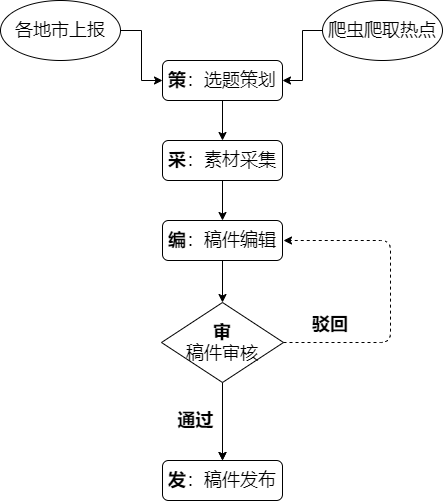
yangJinRui325/note keeps this draw.io diagram as Untitled Diagram.png. Above is the earlier version. Source tidied: cells renumbered, new cells last; positions are measured from the earlier drawing's top-left corner, leaving out a move shared by most shapes.
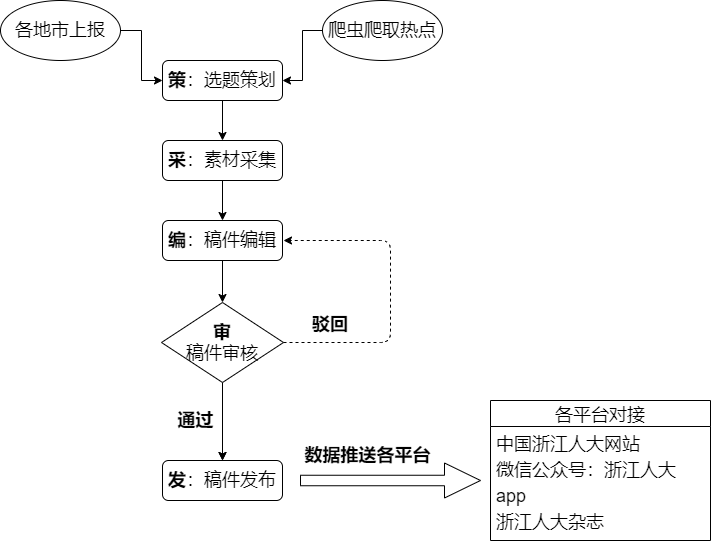
Above is the later version.

Change to the diagram source:
```diff
@@ -59,5 +59,26 @@
     <mxCell id="18" value="&lt;div style=&quot;text-align: center&quot;&gt;&lt;font face=&quot;helvetica&quot;&gt;&lt;span style=&quot;background-color: rgb(255 , 255 , 255)&quot;&gt;&lt;b&gt;驳回&lt;/b&gt;&lt;/span&gt;&lt;/font&gt;&lt;/div&gt;" style="text;whiteSpace=wrap;html=1;fontSize=18;" parent="1" vertex="1">
       <mxGeometry x="310" y="307" width="60" height="40" as="geometry" />
     </mxCell>
+    <mxCell id="19" style="shape=singleArrow;whiteSpace=wrap;html=1;fontSize=18;" parent="1" vertex="1">
+      <mxGeometry x="300" y="462.5" width="180" height="35" as="geometry" />
+    </mxCell>
+    <mxCell id="20" value="&lt;b&gt;&lt;font style=&quot;font-size: 18px ; background-color: rgb(255 , 255 , 255)&quot;&gt;数据推送各平台&lt;/font&gt;&lt;/b&gt;" style="text;html=1;align=center;verticalAlign=middle;strokeColor=none;" parent="1" vertex="1">
+      <mxGeometry x="297" y="445" width="140" height="20" as="geometry" />
+    </mxCell>
+    <mxCell id="21" value="各平台对接" style="swimlane;fontStyle=0;horizontal=1;startSize=26;fontSize=18;" parent="1" vertex="1">
+      <mxGeometry x="490" y="400" width="220" height="140" as="geometry" />
+    </mxCell>
+    <mxCell id="22" value="中国浙江人大网站" style="text;strokeColor=none;fillColor=none;align=left;verticalAlign=top;spacingLeft=4;spacingRight=4;overflow=hidden;fontSize=18;" parent="21" vertex="1">
+      <mxGeometry y="26" width="220" height="26" as="geometry" />
+    </mxCell>
+    <mxCell id="23" value="微信公众号：浙江人大" style="text;strokeColor=none;fillColor=none;align=left;verticalAlign=top;spacingLeft=4;spacingRight=4;overflow=hidden;fontSize=18;" parent="21" vertex="1">
+      <mxGeometry y="52" width="220" height="26" as="geometry" />
+    </mxCell>
+    <mxCell id="24" value="app" style="text;strokeColor=none;fillColor=none;align=left;verticalAlign=top;spacingLeft=4;spacingRight=4;overflow=hidden;fontSize=18;" parent="21" vertex="1">
+      <mxGeometry y="78" width="220" height="26" as="geometry" />
+    </mxCell>
+    <mxCell id="25" value="浙江人大杂志" style="text;strokeColor=none;fillColor=none;align=left;verticalAlign=top;spacingLeft=4;spacingRight=4;overflow=hidden;fontSize=18;" parent="21" vertex="1">
+      <mxGeometry y="104" width="220" height="36" as="geometry" />
+    </mxCell>
   </root>
 </mxGraphModel>
```
